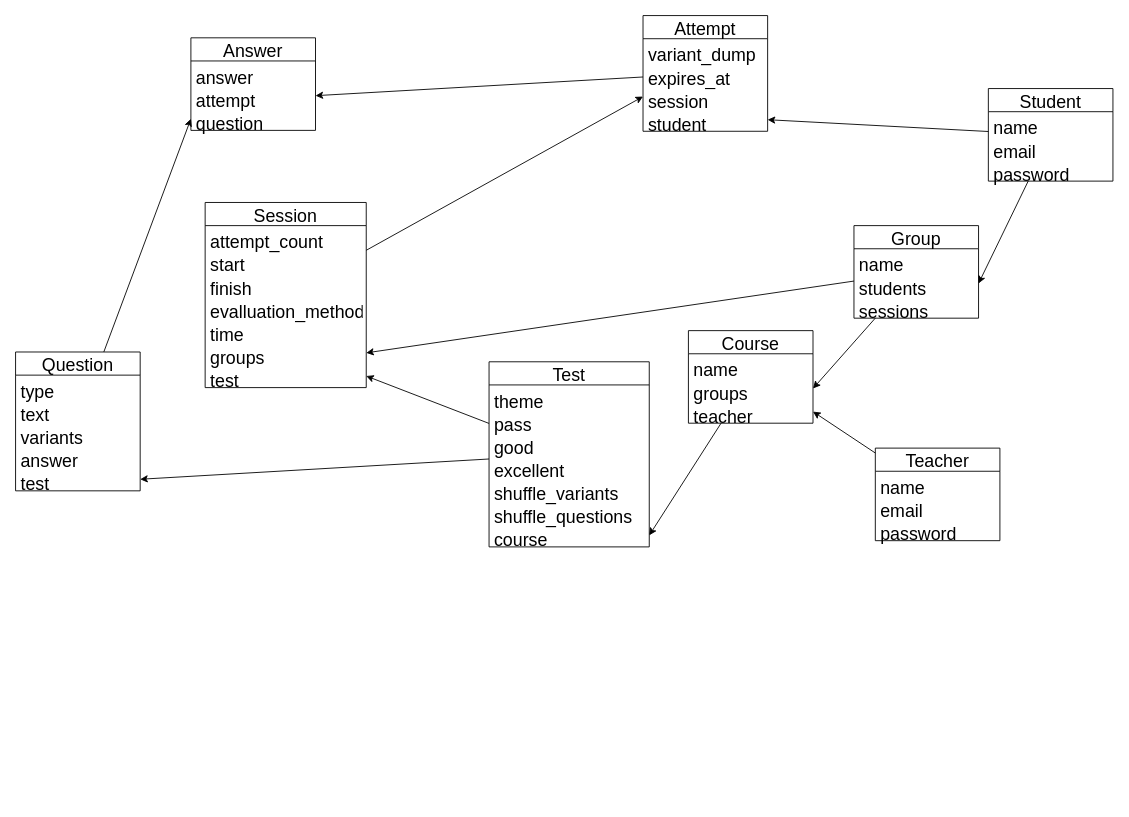
Before: docs/db.drawio in TheBaconStyle/course-frontend, a draw.io diagram. Source tidied: cells renumbered, new cells numbered last; positions are measured from the earlier drawing's top-left corner, leaving out a move shared by most shapes. Both pictures are drawn from the tidied source at 89%, with x=0, y=0 at pixel (15, 15).
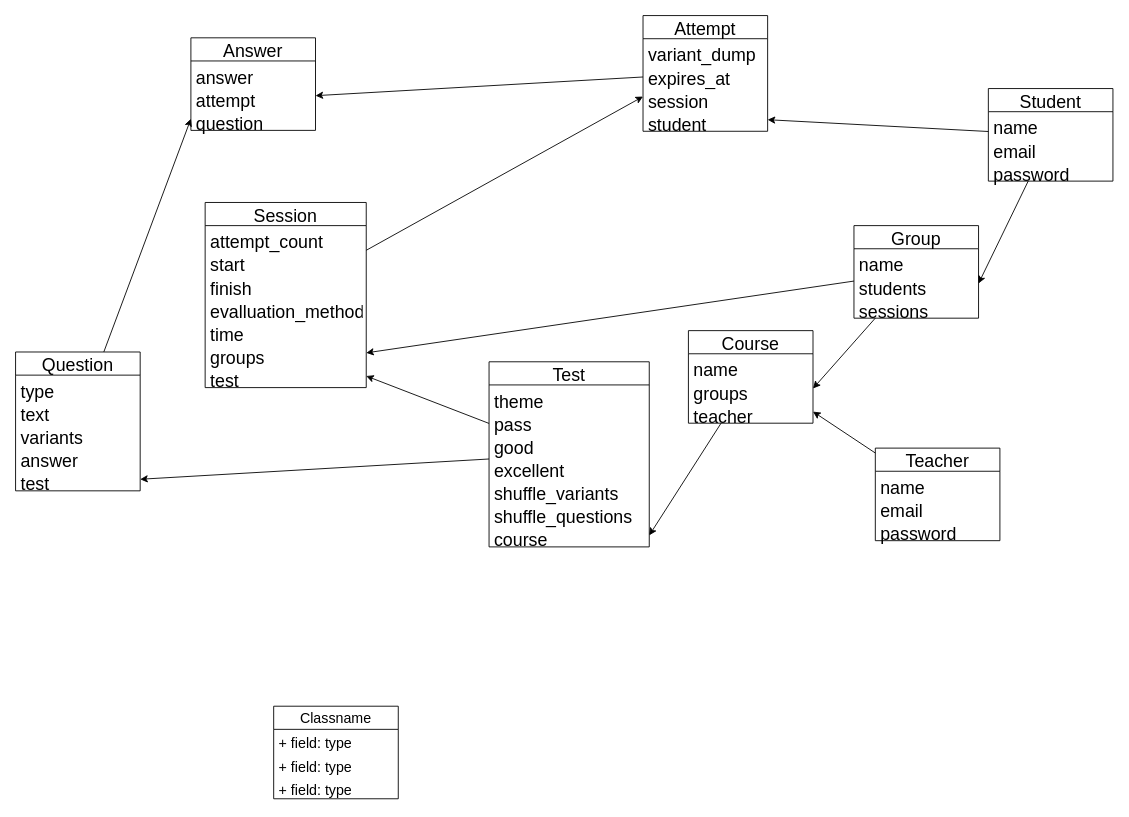
The same page after the edit.

Diff of the diagram source:
```diff
@@
+    <mxCell id="60" value="Classname" style="swimlane;fontStyle=0;horizontal=1;startSize=26;fillColor=none;whiteSpace=wrap;html=1;fontSize=16;" parent="1" vertex="1">
+      <mxGeometry x="290" y="776" width="140" height="104" as="geometry" />
+    </mxCell>
+    <mxCell id="61" value="+ field: type" style="text;strokeColor=none;fillColor=none;align=left;verticalAlign=top;spacingLeft=4;spacingRight=4;overflow=hidden;whiteSpace=wrap;html=1;fontSize=16;" parent="60" vertex="1">
+      <mxGeometry y="26" width="140" height="26" as="geometry" />
+    </mxCell>
+    <mxCell id="62" value="+ field: type" style="text;strokeColor=none;fillColor=none;align=left;verticalAlign=top;spacingLeft=4;spacingRight=4;overflow=hidden;whiteSpace=wrap;html=1;fontSize=16;" parent="60" vertex="1">
+      <mxGeometry y="52" width="140" height="26" as="geometry" />
+    </mxCell>
+    <mxCell id="63" value="+ field: type" style="text;strokeColor=none;fillColor=none;align=left;verticalAlign=top;spacingLeft=4;spacingRight=4;overflow=hidden;whiteSpace=wrap;html=1;fontSize=16;" parent="60" vertex="1">
+      <mxGeometry y="78" width="140" height="26" as="geometry" />
+    </mxCell>
```
